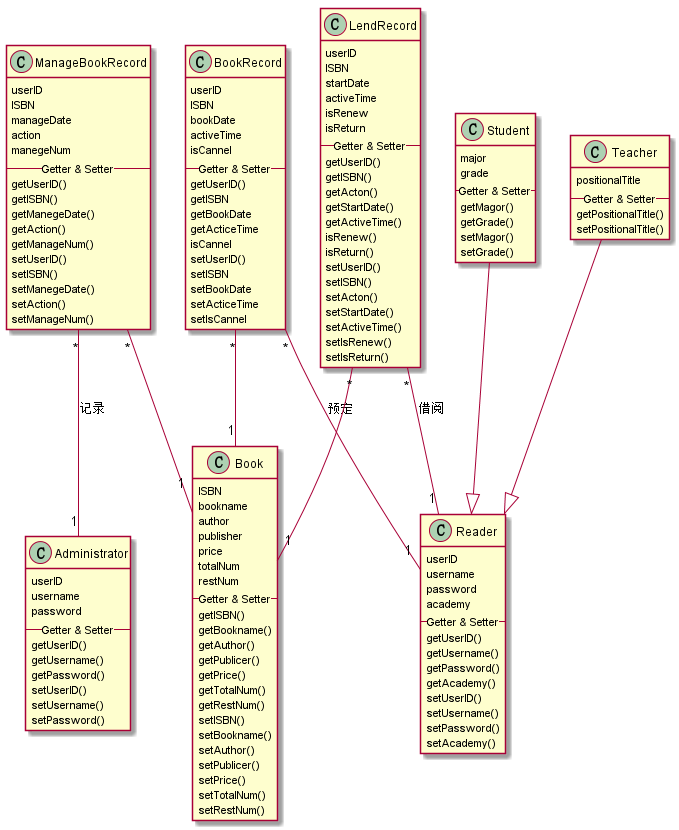
201610414130/is_analysis-7 keeps this PlantUML diagram as test3/class1.png. Above is the earlier version.
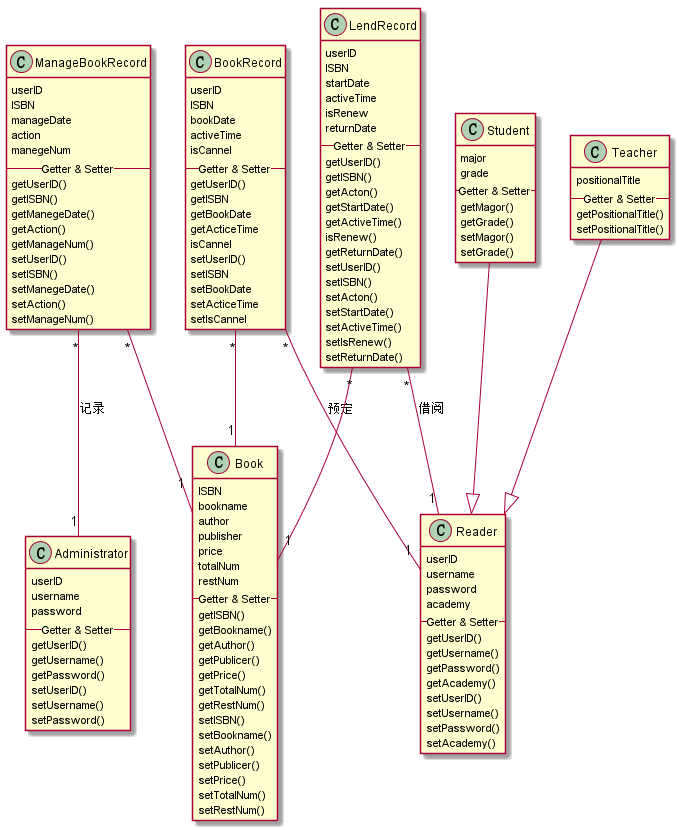
The same file after the commit.

What changed in the source:
```diff
@@ -96,7 +96,7 @@
     startDate
     activeTime
     isRenew
-    isReturn
+    returnDate
     --Getter & Setter--
     getUserID()
     getISBN()
@@ -104,14 +104,14 @@
     getStartDate()
     getActiveTime()
     isRenew()
-    isReturn()
+    getReturnDate()
     setUserID()
     setISBN()
     setActon()
     setStartDate()
     setActiveTime()
     setIsRenew()
-    setIsReturn()
+    setReturnDate()
 }
 
 class BookRecord{
```
